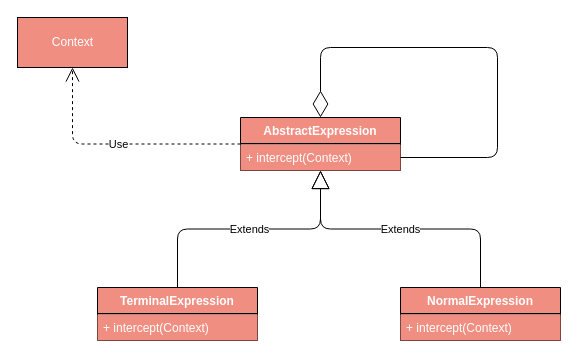
This is docs/drawio/Interpreter.drawio from CodePoem/VDesignPatterns, a draw.io file, before an edit. Source tidied: cells renumbered, new cells numbered last; positions are measured from the earlier drawing's top-left corner, leaving out a move shared by most shapes. Both pictures are drawn from the tidied source at 100%, with x=0, y=0 at pixel (17, 17).
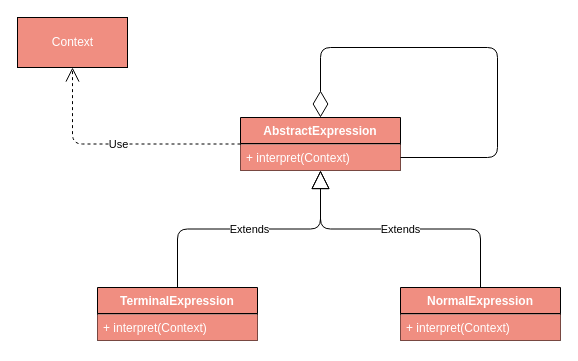
The same diagram, later.

The edit, as a diff of the source:
```diff
@@
 <mxGraphModel>
   <root>
     <mxCell id="0" />
     <mxCell id="1" parent="0" />
     <mxCell id="2" value="AbstractExpression" style="swimlane;fontStyle=1;align=center;verticalAlign=top;horizontal=1;startSize=26;fillColor=#F08E81;fontColor=#FFFFFF;" parent="1" vertex="1">
       <mxGeometry x="223" y="100" width="160" height="53" as="geometry" />
     </mxCell>
     <mxCell id="3" style="line;strokeWidth=1;fillColor=#F08E81;align=left;verticalAlign=middle;spacingTop=-1;spacingLeft=3;spacingRight=3;labelPosition=right;fontColor=#FFFFFF;" parent="2" vertex="1">
       <mxGeometry y="26" width="160" height="1" as="geometry" />
     </mxCell>
-    <mxCell id="4" value="+ intercept(Context)" style="text;strokeColor=none;fillColor=#F08E81;align=left;verticalAlign=top;spacingLeft=4;spacingRight=4;overflow=hidden;points=[[0,0.5],[1,0.5]];portConstraint=eastwest;fontColor=#FFFFFF;" parent="2" vertex="1">
+    <mxCell id="4" value="+ interpret(Context)" style="text;strokeColor=none;fillColor=#F08E81;align=left;verticalAlign=top;spacingLeft=4;spacingRight=4;overflow=hidden;points=[[0,0.5],[1,0.5]];portConstraint=eastwest;fontColor=#FFFFFF;" parent="2" vertex="1">
       <mxGeometry y="27" width="160" height="26" as="geometry" />
     </mxCell>
     <mxCell id="5" style="endArrow=diamondThin;endFill=0;endSize=24;html=1;fontColor=#000000;entryX=0.5;entryY=0;entryDx=0;entryDy=0;exitX=1;exitY=0.5;exitDx=0;exitDy=0;edgeStyle=orthogonalEdgeStyle;" parent="2" edge="1" source="4" target="2">
       <mxGeometry relative="1" as="geometry">
         <Array as="points">
           <mxPoint x="257" y="40" />
           <mxPoint x="257" y="-70" />
           <mxPoint x="80" y="-70" />
         </Array>
       </mxGeometry>
     </mxCell>
     <mxCell id="6" value="TerminalExpression" style="swimlane;fontStyle=1;align=center;verticalAlign=top;horizontal=1;startSize=26;fillColor=#F08E81;fontColor=#FFFFFF;" parent="1" vertex="1">
       <mxGeometry x="80" y="270" width="160" height="53" as="geometry" />
     </mxCell>
     <mxCell id="7" style="line;strokeWidth=1;fillColor=#F08E81;align=left;verticalAlign=middle;spacingTop=-1;spacingLeft=3;spacingRight=3;labelPosition=right;fontColor=#FFFFFF;" parent="6" vertex="1">
       <mxGeometry y="26" width="160" height="1" as="geometry" />
     </mxCell>
-    <mxCell id="8" value="+ intercept(Context)" style="text;strokeColor=none;fillColor=#F08E81;align=left;verticalAlign=top;spacingLeft=4;spacingRight=4;overflow=hidden;fontColor=#FFFFFF;" parent="6" vertex="1">
+    <mxCell id="8" value="+ interpret(Context)" style="text;strokeColor=none;fillColor=#F08E81;align=left;verticalAlign=top;spacingLeft=4;spacingRight=4;overflow=hidden;fontColor=#FFFFFF;" parent="6" vertex="1">
       <mxGeometry y="27" width="160" height="26" as="geometry" />
     </mxCell>
     <mxCell id="9" value="NormalExpression" style="swimlane;fontStyle=1;align=center;verticalAlign=top;horizontal=1;startSize=26;fillColor=#F08E81;fontColor=#FFFFFF;" parent="1" vertex="1">
       <mxGeometry x="383" y="270" width="160" height="53" as="geometry" />
     </mxCell>
     <mxCell id="10" style="line;strokeWidth=1;fillColor=#F08E81;align=left;verticalAlign=middle;spacingTop=-1;spacingLeft=3;spacingRight=3;labelPosition=right;fontColor=#FFFFFF;" parent="9" vertex="1">
       <mxGeometry y="26" width="160" height="1" as="geometry" />
     </mxCell>
-    <mxCell id="11" value="+ intercept(Context)" style="text;strokeColor=none;fillColor=#F08E81;align=left;verticalAlign=top;spacingLeft=4;spacingRight=4;overflow=hidden;fontColor=#FFFFFF;" parent="9" vertex="1">
+    <mxCell id="11" value="+ interpret(Context)" style="text;strokeColor=none;fillColor=#F08E81;align=left;verticalAlign=top;spacingLeft=4;spacingRight=4;overflow=hidden;fontColor=#FFFFFF;" parent="9" vertex="1">
       <mxGeometry y="27" width="160" height="26" as="geometry" />
     </mxCell>
     <mxCell id="12" value="Context" style="html=1;fillColor=#F08E81;fontColor=#FFFFFF;" parent="1" vertex="1">
       <mxGeometry width="110" height="50" as="geometry" />
     </mxCell>
     <mxCell id="13" value="Use" style="endArrow=open;endSize=12;dashed=1;html=1;fontColor=#000000;entryX=0.5;entryY=1;entryDx=0;entryDy=0;exitX=0;exitY=0.5;exitDx=0;exitDy=0;edgeStyle=orthogonalEdgeStyle;" parent="1" edge="1" source="2" target="12">
       <mxGeometry relative="1" as="geometry" />
     </mxCell>
     <mxCell id="14" value="Extends" style="endArrow=block;endSize=16;endFill=0;html=1;fontColor=#000000;entryX=0.5;entryY=1;entryDx=0;entryDy=0;exitX=0.5;exitY=0;exitDx=0;exitDy=0;edgeStyle=orthogonalEdgeStyle;" parent="1" edge="1" source="6" target="2">
       <mxGeometry relative="1" as="geometry" />
     </mxCell>
     <mxCell id="15" value="Extends" style="endArrow=block;endSize=16;endFill=0;html=1;fontColor=#000000;entryX=0.5;entryY=1;entryDx=0;entryDy=0;exitX=0.5;exitY=0;exitDx=0;exitDy=0;edgeStyle=orthogonalEdgeStyle;" parent="1" edge="1" source="9" target="2">
       <mxGeometry relative="1" as="geometry" />
     </mxCell>
   </root>
 </mxGraphModel>
```
